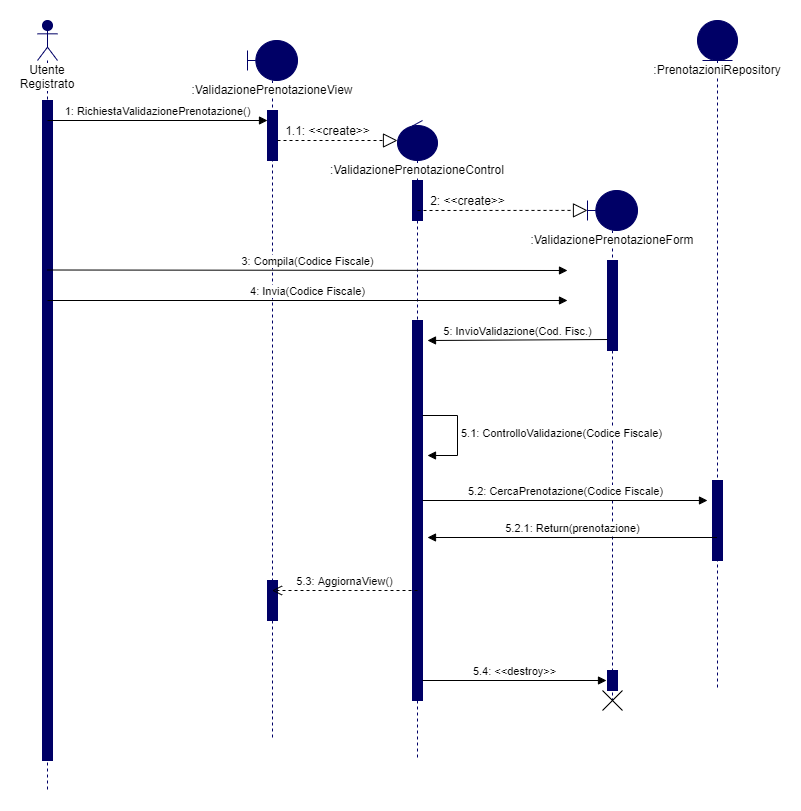
Before: Documenti/RAD/Sequence Diagram/Validazione Prenotazione/Validazione Prenotazione SD (fixed).png, a diagram exported from draw.io (Givaa/MedQueue). Source tidied: cells renumbered, new cells last; positions are measured from the earlier drawing's top-left corner, leaving out a move shared by most shapes.
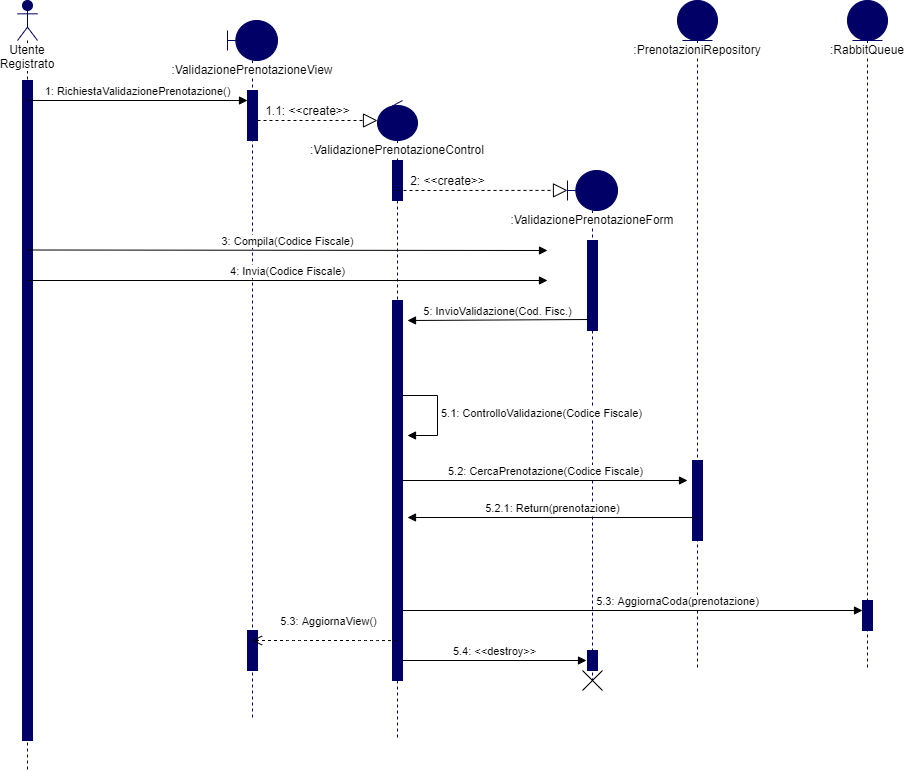
The same file after the commit.

What changed in the source:
```diff
@@ -21,7 +21,7 @@
       <mxGeometry x="20" y="70" width="10" height="50" as="geometry" />
     </mxCell>
     <mxCell id="7" style="html=1;perimeter=orthogonalPerimeter;strokeColor=#000066;fillColor=#000066;" parent="5" vertex="1">
-      <mxGeometry x="20" y="540" width="10" height="40" as="geometry" />
+      <mxGeometry x="20" y="610" width="10" height="40" as="geometry" />
     </mxCell>
     <mxCell id="8" style="endArrow=block;dashed=1;endFill=0;endSize=12;html=1;" parent="1" edge="1">
       <mxGeometry relative="1" as="geometry">
@@ -102,9 +102,12 @@
         <mxPoint x="390" y="517" as="targetPoint" />
       </mxGeometry>
     </mxCell>
-    <mxCell id="26" value="5.3: AggiornaView()" style="html=1;verticalAlign=bottom;endArrow=open;dashed=1;endSize=8;" parent="1" edge="1" target="5">
-      <mxGeometry relative="1" as="geometry">
-        <mxPoint x="380" y="570" as="sourcePoint" />
+    <mxCell id="26" value="5.3: AggiornaView()" style="html=1;verticalAlign=bottom;endArrow=open;dashed=1;endSize=8;exitX=0.45;exitY=0.895;exitDx=0;exitDy=0;exitPerimeter=0;" parent="1" edge="1" source="12" target="5">
+      <mxGeometry x="-0.04" y="-10" relative="1" as="geometry">
+        <Array as="points">
+          <mxPoint x="350" y="640" />
+          <mxPoint x="280" y="640" />
+        </Array>
       </mxGeometry>
     </mxCell>
     <mxCell id="27" value="5.4: &amp;lt;&amp;lt;destroy&amp;gt;&amp;gt;" style="html=1;verticalAlign=bottom;endArrow=block;entryX=-0.1;entryY=0.5;entryDx=0;entryDy=0;entryPerimeter=0;" parent="1" edge="1" target="17">
@@ -115,5 +118,16 @@
     <mxCell id="28" style="shape=umlDestroy;fillColor=#000066;" parent="1" vertex="1">
       <mxGeometry x="565" y="670" width="20" height="20" as="geometry" />
     </mxCell>
+    <mxCell id="29" value="5.3: AggiornaCoda(prenotazione)" style="html=1;verticalAlign=bottom;endArrow=block;" parent="1" edge="1" target="31">
+      <mxGeometry x="0.2" relative="1" as="geometry">
+        <mxPoint x="385" y="610" as="sourcePoint" />
+      </mxGeometry>
+    </mxCell>
+    <mxCell id="30" value="&lt;span style=&quot;background-color: rgb(255 , 255 , 255)&quot;&gt;:RabbitQueue&lt;/span&gt;" style="shape=umlLifeline;participant=umlEntity;perimeter=lifelinePerimeter;whiteSpace=wrap;html=1;verticalAlign=top;spacingTop=36;strokeColor=#000066;fillColor=#000066;" parent="1" vertex="1">
+      <mxGeometry x="830" width="40" height="670" as="geometry" />
+    </mxCell>
+    <mxCell id="31" style="html=1;points=[];perimeter=orthogonalPerimeter;strokeColor=#000066;fillColor=#000066;" parent="30" vertex="1">
+      <mxGeometry x="15" y="600" width="10" height="30" as="geometry" />
+    </mxCell>
   </root>
 </mxGraphModel>
```
